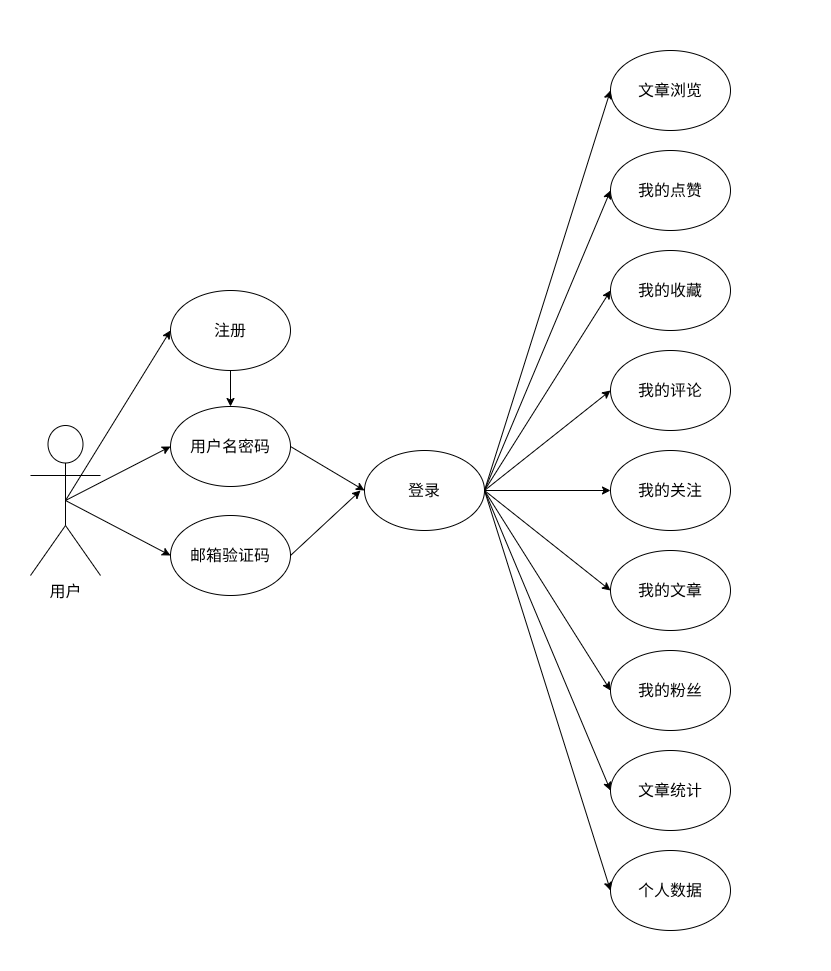
The draw.io diagram static/pic/uml_user.drawio.png in hongch666/mix-web-demo, before a commit. Source tidied: cells renumbered, new cells last; positions are measured from the earlier drawing's top-left corner, leaving out a move shared by most shapes.
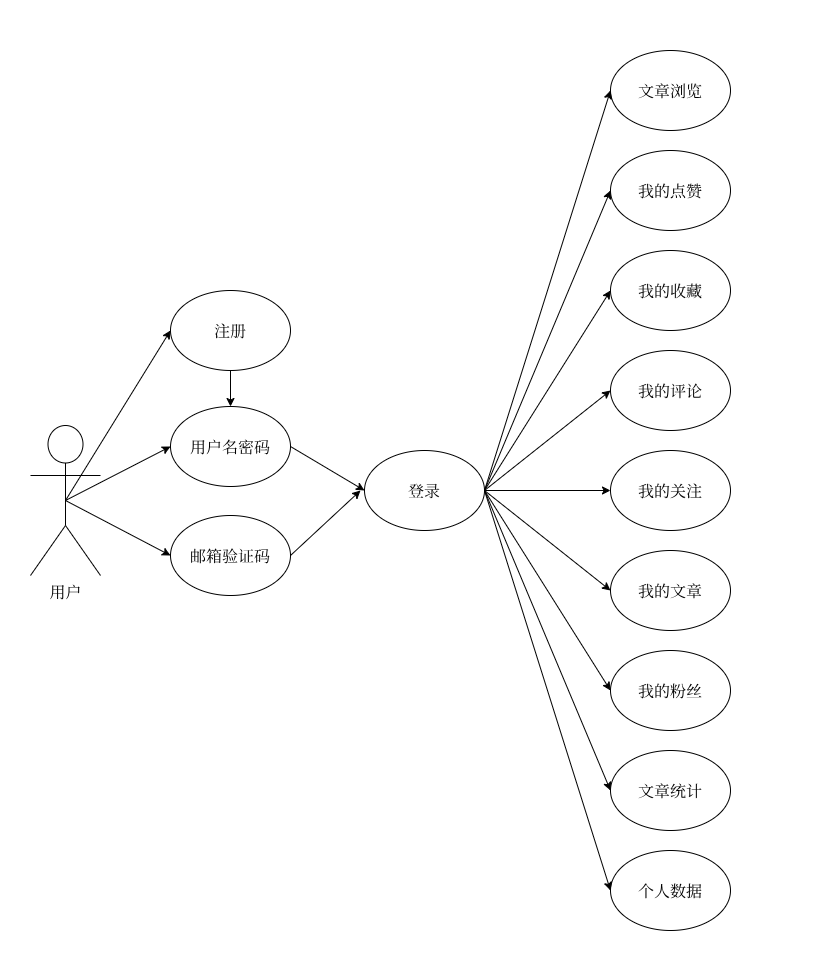
Later version of the same file.

What changed in the source:
```diff
@@ -2,105 +2,105 @@
   <root>
     <mxCell id="0" />
     <mxCell id="1" parent="0" />
-    <mxCell id="2" style="edgeStyle=none;html=1;exitX=1;exitY=0.5;exitDx=0;exitDy=0;entryX=0;entryY=0.5;entryDx=0;entryDy=0;" parent="1" edge="1" source="11" target="14">
+    <mxCell id="2" style="edgeStyle=none;html=1;exitX=1;exitY=0.5;exitDx=0;exitDy=0;entryX=0;entryY=0.5;entryDx=0;entryDy=0;fontFamily=宋体;" parent="1" edge="1" source="11" target="14">
       <mxGeometry relative="1" as="geometry" />
     </mxCell>
-    <mxCell id="3" style="edgeStyle=none;html=1;exitX=1;exitY=0.5;exitDx=0;exitDy=0;entryX=0;entryY=0.5;entryDx=0;entryDy=0;" parent="1" edge="1" source="11" target="15">
+    <mxCell id="3" style="edgeStyle=none;html=1;exitX=1;exitY=0.5;exitDx=0;exitDy=0;entryX=0;entryY=0.5;entryDx=0;entryDy=0;fontFamily=宋体;" parent="1" edge="1" source="11" target="15">
       <mxGeometry relative="1" as="geometry" />
     </mxCell>
-    <mxCell id="4" style="edgeStyle=none;html=1;exitX=1;exitY=0.5;exitDx=0;exitDy=0;entryX=0;entryY=0.5;entryDx=0;entryDy=0;" parent="1" edge="1" source="11" target="16">
+    <mxCell id="4" style="edgeStyle=none;html=1;exitX=1;exitY=0.5;exitDx=0;exitDy=0;entryX=0;entryY=0.5;entryDx=0;entryDy=0;fontFamily=宋体;" parent="1" edge="1" source="11" target="16">
       <mxGeometry relative="1" as="geometry" />
     </mxCell>
-    <mxCell id="5" style="edgeStyle=none;html=1;exitX=1;exitY=0.5;exitDx=0;exitDy=0;entryX=0;entryY=0.5;entryDx=0;entryDy=0;" parent="1" edge="1" source="11" target="17">
+    <mxCell id="5" style="edgeStyle=none;html=1;exitX=1;exitY=0.5;exitDx=0;exitDy=0;entryX=0;entryY=0.5;entryDx=0;entryDy=0;fontFamily=宋体;" parent="1" edge="1" source="11" target="17">
       <mxGeometry relative="1" as="geometry" />
     </mxCell>
-    <mxCell id="6" style="edgeStyle=none;html=1;exitX=1;exitY=0.5;exitDx=0;exitDy=0;entryX=0;entryY=0.5;entryDx=0;entryDy=0;" parent="1" edge="1" source="11" target="18">
+    <mxCell id="6" style="edgeStyle=none;html=1;exitX=1;exitY=0.5;exitDx=0;exitDy=0;entryX=0;entryY=0.5;entryDx=0;entryDy=0;fontFamily=宋体;" parent="1" edge="1" source="11" target="18">
       <mxGeometry relative="1" as="geometry" />
     </mxCell>
-    <mxCell id="7" style="edgeStyle=none;html=1;exitX=1;exitY=0.5;exitDx=0;exitDy=0;entryX=0;entryY=0.5;entryDx=0;entryDy=0;" parent="1" edge="1" source="11" target="19">
+    <mxCell id="7" style="edgeStyle=none;html=1;exitX=1;exitY=0.5;exitDx=0;exitDy=0;entryX=0;entryY=0.5;entryDx=0;entryDy=0;fontFamily=宋体;" parent="1" edge="1" source="11" target="19">
       <mxGeometry relative="1" as="geometry" />
     </mxCell>
-    <mxCell id="8" style="edgeStyle=none;html=1;exitX=1;exitY=0.5;exitDx=0;exitDy=0;entryX=0;entryY=0.5;entryDx=0;entryDy=0;" parent="1" edge="1" source="11" target="20">
+    <mxCell id="8" style="edgeStyle=none;html=1;exitX=1;exitY=0.5;exitDx=0;exitDy=0;entryX=0;entryY=0.5;entryDx=0;entryDy=0;fontFamily=宋体;" parent="1" edge="1" source="11" target="20">
       <mxGeometry relative="1" as="geometry" />
     </mxCell>
-    <mxCell id="9" style="edgeStyle=none;html=1;exitX=1;exitY=0.5;exitDx=0;exitDy=0;entryX=0;entryY=0.5;entryDx=0;entryDy=0;" parent="1" edge="1" source="11" target="21">
+    <mxCell id="9" style="edgeStyle=none;html=1;exitX=1;exitY=0.5;exitDx=0;exitDy=0;entryX=0;entryY=0.5;entryDx=0;entryDy=0;fontFamily=宋体;" parent="1" edge="1" source="11" target="21">
       <mxGeometry relative="1" as="geometry" />
     </mxCell>
-    <mxCell id="10" style="edgeStyle=none;html=1;exitX=1;exitY=0.5;exitDx=0;exitDy=0;entryX=0;entryY=0.5;entryDx=0;entryDy=0;" parent="1" edge="1" source="11" target="22">
+    <mxCell id="10" style="edgeStyle=none;html=1;exitX=1;exitY=0.5;exitDx=0;exitDy=0;entryX=0;entryY=0.5;entryDx=0;entryDy=0;fontFamily=宋体;" parent="1" edge="1" source="11" target="22">
       <mxGeometry relative="1" as="geometry" />
     </mxCell>
-    <mxCell id="11" value="登录" style="ellipse;whiteSpace=wrap;html=1;fillColor=none;fontSize=16;" parent="1" vertex="1">
+    <mxCell id="11" value="登录" style="ellipse;whiteSpace=wrap;html=1;fillColor=none;fontSize=16;fontFamily=宋体;" parent="1" vertex="1">
       <mxGeometry x="364" y="450" width="120" height="80" as="geometry" />
     </mxCell>
-    <mxCell id="12" style="edgeStyle=none;html=1;exitX=0.5;exitY=1;exitDx=0;exitDy=0;entryX=0.5;entryY=0;entryDx=0;entryDy=0;" parent="1" edge="1" source="13" target="32">
+    <mxCell id="12" style="edgeStyle=none;html=1;exitX=0.5;exitY=1;exitDx=0;exitDy=0;entryX=0.5;entryY=0;entryDx=0;entryDy=0;fontFamily=宋体;" parent="1" edge="1" source="13" target="32">
       <mxGeometry relative="1" as="geometry" />
     </mxCell>
-    <mxCell id="13" value="注册" style="ellipse;whiteSpace=wrap;html=1;fillColor=none;fontSize=16;" parent="1" vertex="1">
+    <mxCell id="13" value="注册" style="ellipse;whiteSpace=wrap;html=1;fillColor=none;fontSize=16;fontFamily=宋体;" parent="1" vertex="1">
       <mxGeometry x="170" y="290" width="120" height="80" as="geometry" />
     </mxCell>
-    <mxCell id="14" value="文章浏览" style="ellipse;whiteSpace=wrap;html=1;fillColor=none;fontSize=16;" parent="1" vertex="1">
+    <mxCell id="14" value="文章浏览" style="ellipse;whiteSpace=wrap;html=1;fillColor=none;fontSize=16;fontFamily=宋体;" parent="1" vertex="1">
       <mxGeometry x="610" y="50" width="120" height="80" as="geometry" />
     </mxCell>
-    <mxCell id="15" value="我的点赞" style="ellipse;whiteSpace=wrap;html=1;fillColor=none;fontSize=16;" parent="1" vertex="1">
+    <mxCell id="15" value="我的点赞" style="ellipse;whiteSpace=wrap;html=1;fillColor=none;fontSize=16;fontFamily=宋体;" parent="1" vertex="1">
       <mxGeometry x="610" y="150" width="120" height="80" as="geometry" />
     </mxCell>
-    <mxCell id="16" value="我的收藏" style="ellipse;whiteSpace=wrap;html=1;fillColor=none;fontSize=16;" parent="1" vertex="1">
+    <mxCell id="16" value="我的收藏" style="ellipse;whiteSpace=wrap;html=1;fillColor=none;fontSize=16;fontFamily=宋体;" parent="1" vertex="1">
       <mxGeometry x="610" y="250" width="120" height="80" as="geometry" />
     </mxCell>
-    <mxCell id="17" value="我的评论" style="ellipse;whiteSpace=wrap;html=1;fillColor=none;fontSize=16;" parent="1" vertex="1">
+    <mxCell id="17" value="我的评论" style="ellipse;whiteSpace=wrap;html=1;fillColor=none;fontSize=16;fontFamily=宋体;" parent="1" vertex="1">
       <mxGeometry x="610" y="350" width="120" height="80" as="geometry" />
     </mxCell>
-    <mxCell id="18" value="我的关注" style="ellipse;whiteSpace=wrap;html=1;fillColor=none;fontSize=16;" parent="1" vertex="1">
+    <mxCell id="18" value="我的关注" style="ellipse;whiteSpace=wrap;html=1;fillColor=none;fontSize=16;fontFamily=宋体;" parent="1" vertex="1">
       <mxGeometry x="610" y="450" width="120" height="80" as="geometry" />
     </mxCell>
-    <mxCell id="19" value="我的文章" style="ellipse;whiteSpace=wrap;html=1;fillColor=none;fontSize=16;" parent="1" vertex="1">
+    <mxCell id="19" value="我的文章" style="ellipse;whiteSpace=wrap;html=1;fillColor=none;fontSize=16;fontFamily=宋体;" parent="1" vertex="1">
       <mxGeometry x="610" y="550" width="120" height="80" as="geometry" />
     </mxCell>
-    <mxCell id="20" value="我的粉丝" style="ellipse;whiteSpace=wrap;html=1;fillColor=none;fontSize=16;" parent="1" vertex="1">
+    <mxCell id="20" value="我的粉丝" style="ellipse;whiteSpace=wrap;html=1;fillColor=none;fontSize=16;fontFamily=宋体;" parent="1" vertex="1">
       <mxGeometry x="610" y="650" width="120" height="80" as="geometry" />
     </mxCell>
-    <mxCell id="21" value="文章统计" style="ellipse;whiteSpace=wrap;html=1;fillColor=none;fontSize=16;" parent="1" vertex="1">
+    <mxCell id="21" value="文章统计" style="ellipse;whiteSpace=wrap;html=1;fillColor=none;fontSize=16;fontFamily=宋体;" parent="1" vertex="1">
       <mxGeometry x="610" y="750" width="120" height="80" as="geometry" />
     </mxCell>
-    <mxCell id="22" value="个人数据" style="ellipse;whiteSpace=wrap;html=1;fillColor=none;fontSize=16;" parent="1" vertex="1">
+    <mxCell id="22" value="个人数据" style="ellipse;whiteSpace=wrap;html=1;fillColor=none;fontSize=16;fontFamily=宋体;" parent="1" vertex="1">
       <mxGeometry x="610" y="850" width="120" height="80" as="geometry" />
     </mxCell>
-    <mxCell id="23" style="rounded=0;whiteSpace=wrap;html=1;textOpacity=0;labelBorderColor=light-dark(#000000,#FFFFFF);fontColor=none;noLabel=1;strokeColor=none;" parent="1" vertex="1">
+    <mxCell id="23" style="rounded=0;whiteSpace=wrap;html=1;textOpacity=0;labelBorderColor=light-dark(#000000,#FFFFFF);fontColor=none;noLabel=1;strokeColor=none;fontFamily=宋体;" parent="1" vertex="1">
       <mxGeometry y="485" width="20" height="30" as="geometry" />
     </mxCell>
-    <mxCell id="24" style="rounded=0;whiteSpace=wrap;html=1;textOpacity=0;labelBorderColor=light-dark(#000000,#FFFFFF);fontColor=none;noLabel=1;strokeColor=none;" parent="1" vertex="1">
+    <mxCell id="24" style="rounded=0;whiteSpace=wrap;html=1;textOpacity=0;labelBorderColor=light-dark(#000000,#FFFFFF);fontColor=none;noLabel=1;strokeColor=none;fontFamily=宋体;" parent="1" vertex="1">
       <mxGeometry x="580" y="940" width="20" height="30" as="geometry" />
     </mxCell>
-    <mxCell id="25" style="rounded=0;whiteSpace=wrap;html=1;textOpacity=0;labelBorderColor=light-dark(#000000,#FFFFFF);fontColor=none;noLabel=1;strokeColor=none;" parent="1" vertex="1">
+    <mxCell id="25" style="rounded=0;whiteSpace=wrap;html=1;textOpacity=0;labelBorderColor=light-dark(#000000,#FFFFFF);fontColor=none;noLabel=1;strokeColor=none;fontFamily=宋体;" parent="1" vertex="1">
       <mxGeometry x="810" y="660" width="20" height="30" as="geometry" />
     </mxCell>
-    <mxCell id="26" style="rounded=0;whiteSpace=wrap;html=1;textOpacity=0;labelBorderColor=light-dark(#000000,#FFFFFF);fontColor=none;noLabel=1;strokeColor=none;" parent="1" vertex="1">
+    <mxCell id="26" style="rounded=0;whiteSpace=wrap;html=1;textOpacity=0;labelBorderColor=light-dark(#000000,#FFFFFF);fontColor=none;noLabel=1;strokeColor=none;fontFamily=宋体;" parent="1" vertex="1">
       <mxGeometry x="620" width="20" height="30" as="geometry" />
     </mxCell>
-    <mxCell id="27" style="edgeStyle=none;html=1;exitX=0.5;exitY=0.5;exitDx=0;exitDy=0;exitPerimeter=0;entryX=0;entryY=0.5;entryDx=0;entryDy=0;" parent="1" edge="1" source="30" target="32">
+    <mxCell id="27" style="edgeStyle=none;html=1;exitX=0.5;exitY=0.5;exitDx=0;exitDy=0;exitPerimeter=0;entryX=0;entryY=0.5;entryDx=0;entryDy=0;fontFamily=宋体;" parent="1" edge="1" source="30" target="32">
       <mxGeometry relative="1" as="geometry" />
     </mxCell>
-    <mxCell id="28" style="edgeStyle=none;html=1;exitX=0.5;exitY=0.5;exitDx=0;exitDy=0;exitPerimeter=0;entryX=0;entryY=0.5;entryDx=0;entryDy=0;" parent="1" edge="1" source="30" target="34">
+    <mxCell id="28" style="edgeStyle=none;html=1;exitX=0.5;exitY=0.5;exitDx=0;exitDy=0;exitPerimeter=0;entryX=0;entryY=0.5;entryDx=0;entryDy=0;fontFamily=宋体;" parent="1" edge="1" source="30" target="34">
       <mxGeometry relative="1" as="geometry" />
     </mxCell>
-    <mxCell id="29" style="edgeStyle=none;html=1;exitX=0.5;exitY=0.5;exitDx=0;exitDy=0;exitPerimeter=0;entryX=0;entryY=0.5;entryDx=0;entryDy=0;" parent="1" edge="1" source="30" target="13">
+    <mxCell id="29" style="edgeStyle=none;html=1;exitX=0.5;exitY=0.5;exitDx=0;exitDy=0;exitPerimeter=0;entryX=0;entryY=0.5;entryDx=0;entryDy=0;fontFamily=宋体;" parent="1" edge="1" source="30" target="13">
       <mxGeometry relative="1" as="geometry" />
     </mxCell>
-    <mxCell id="30" value="用户" style="shape=umlActor;verticalLabelPosition=bottom;verticalAlign=top;outlineConnect=0;html=1;direction=east;fontSize=16;" parent="1" vertex="1">
+    <mxCell id="30" value="用户" style="shape=umlActor;verticalLabelPosition=bottom;verticalAlign=top;outlineConnect=0;html=1;direction=east;fontSize=16;fontFamily=宋体;" parent="1" vertex="1">
       <mxGeometry x="30" y="425" width="70" height="150" as="geometry" />
     </mxCell>
-    <mxCell id="31" style="edgeStyle=none;html=1;exitX=1;exitY=0.5;exitDx=0;exitDy=0;entryX=0;entryY=0.5;entryDx=0;entryDy=0;" parent="1" edge="1" source="32" target="11">
+    <mxCell id="31" style="edgeStyle=none;html=1;exitX=1;exitY=0.5;exitDx=0;exitDy=0;entryX=0;entryY=0.5;entryDx=0;entryDy=0;fontFamily=宋体;" parent="1" edge="1" source="32" target="11">
       <mxGeometry relative="1" as="geometry" />
     </mxCell>
-    <mxCell id="32" value="用户名密码" style="ellipse;whiteSpace=wrap;html=1;fillColor=none;fontSize=16;" parent="1" vertex="1">
+    <mxCell id="32" value="用户名密码" style="ellipse;whiteSpace=wrap;html=1;fillColor=none;fontSize=16;fontFamily=宋体;" parent="1" vertex="1">
       <mxGeometry x="170" y="406" width="120" height="80" as="geometry" />
     </mxCell>
-    <mxCell id="33" style="edgeStyle=none;html=1;exitX=1;exitY=0.5;exitDx=0;exitDy=0;" parent="1" edge="1" source="34">
+    <mxCell id="33" style="edgeStyle=none;html=1;exitX=1;exitY=0.5;exitDx=0;exitDy=0;fontFamily=宋体;" parent="1" edge="1" source="34">
       <mxGeometry relative="1" as="geometry">
         <mxPoint x="360" y="490" as="targetPoint" />
       </mxGeometry>
     </mxCell>
-    <mxCell id="34" value="邮箱验证码" style="ellipse;whiteSpace=wrap;html=1;fillColor=none;fontSize=16;" parent="1" vertex="1">
+    <mxCell id="34" value="邮箱验证码" style="ellipse;whiteSpace=wrap;html=1;fillColor=none;fontSize=16;fontFamily=宋体;" parent="1" vertex="1">
       <mxGeometry x="170" y="515" width="120" height="80" as="geometry" />
     </mxCell>
   </root>
```
